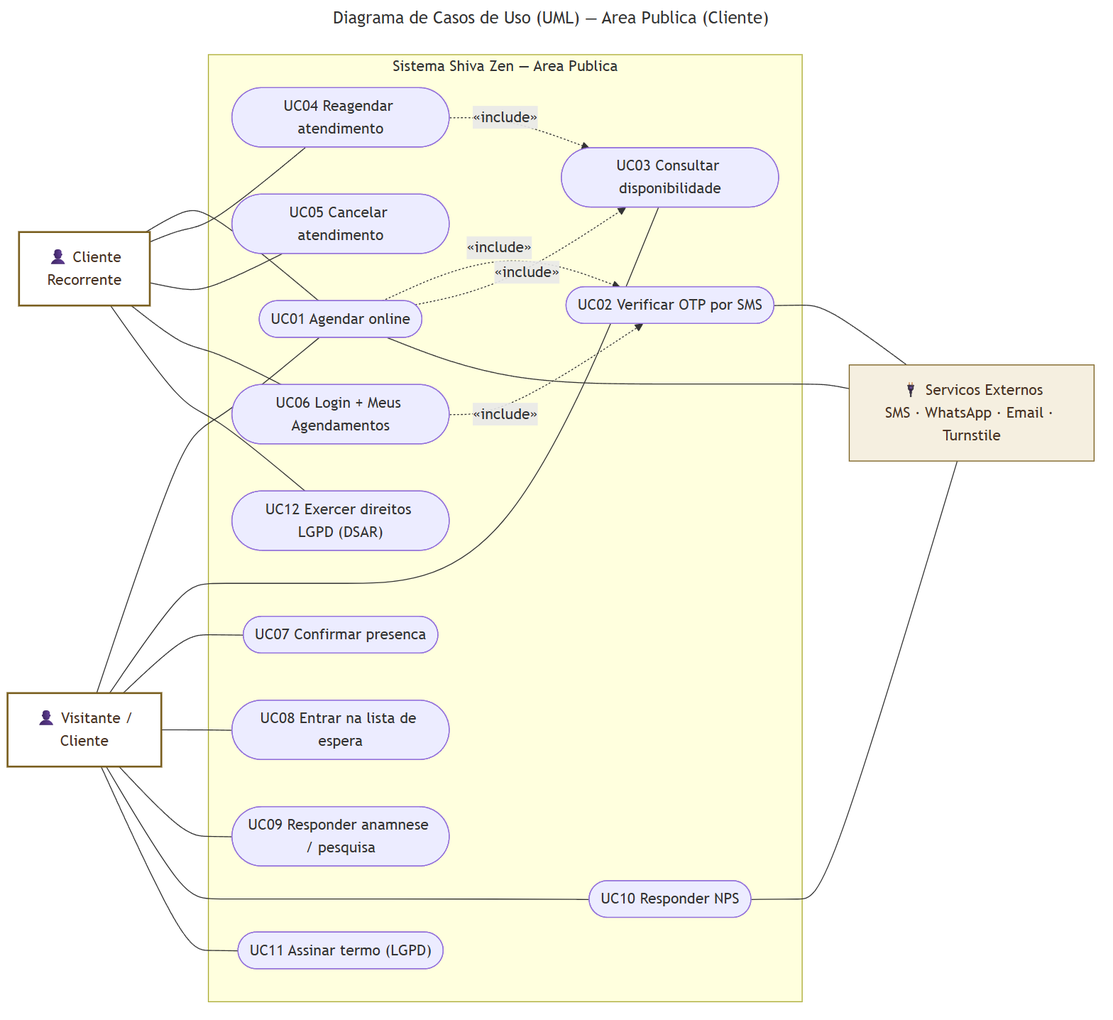
Above: docs/diagramas/01-casos-uso-publico.png in RafaelSMaciel/jaqueline-aranha-estetica (Mermaid), before the change. Its source is kept beside it as docs/diagramas/01-casos-uso-publico.mmd. Source of this version:
```mermaid
---
title: Diagrama de Casos de Uso (UML) — Area Publica (Cliente)
---
flowchart LR
    A1["👤 Visitante /<br/>Cliente"]:::ator
    A2["👤 Cliente<br/>Recorrente"]:::ator
    A3["🔌 Servicos Externos<br/>SMS · WhatsApp · Email · Turnstile"]:::ext

    subgraph S["Sistema Shiva Zen — Area Publica"]
        direction TB
        UC01(["UC01 Agendar online"])
        UC02(["UC02 Verificar OTP por SMS"])
        UC03(["UC03 Consultar disponibilidade"])
        UC04(["UC04 Reagendar atendimento"])
        UC05(["UC05 Cancelar atendimento"])
        UC06(["UC06 Login + Meus Agendamentos"])
        UC07(["UC07 Confirmar presenca"])
        UC08(["UC08 Entrar na lista de espera"])
        UC09(["UC09 Responder anamnese / pesquisa"])
        UC10(["UC10 Responder NPS"])
        UC11(["UC11 Assinar termo (LGPD)"])
        UC12(["UC12 Exercer direitos LGPD (DSAR)"])
    end

    A1 --- UC01
    A1 --- UC03
    A1 --- UC07
    A1 --- UC08
    A1 --- UC09
    A1 --- UC10
    A1 --- UC11
    A2 --- UC01
    A2 --- UC04
    A2 --- UC05
    A2 --- UC06
    A2 --- UC12

    UC01 -.->|«include»| UC02
    UC01 -.->|«include»| UC03
    UC04 -.->|«include»| UC03
    UC06 -.->|«include»| UC02

    UC02 --- A3
    UC10 --- A3
    UC01 --- A3

    classDef ator fill:#ffffff,stroke:#7a5f1f,stroke-width:2px,color:#4A3425
    classDef ext fill:#f5efe0,stroke:#7a5f1f,stroke-width:1px,color:#4A3425
```
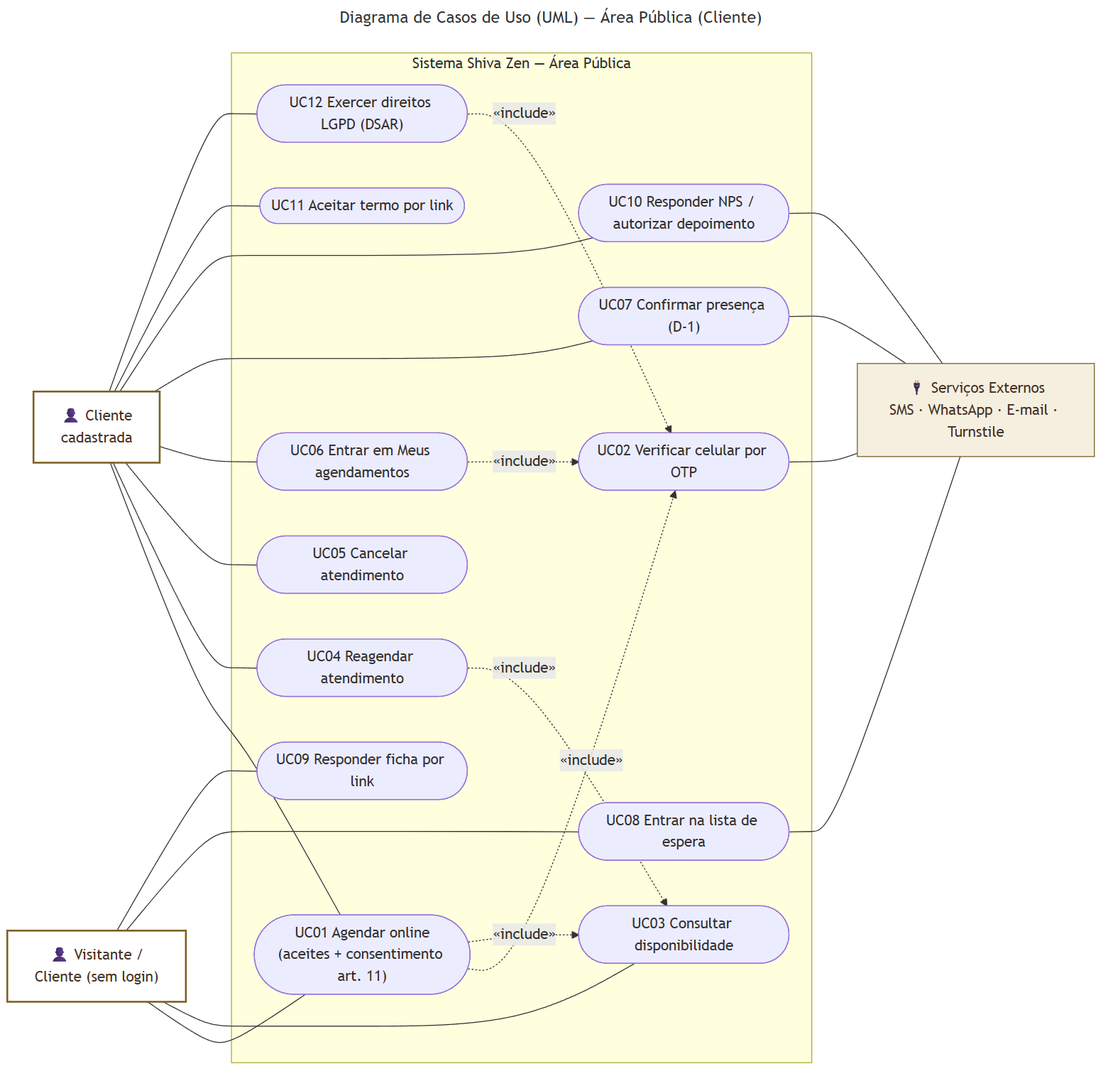
Above is the later version.

The edit, as a diff of the source:
```diff
@@ -1,48 +1,50 @@
 ---
-title: Diagrama de Casos de Uso (UML) — Area Publica (Cliente)
+title: Diagrama de Casos de Uso (UML) — Área Pública (Cliente)
 ---
 flowchart LR
-    A1["👤 Visitante /<br/>Cliente"]:::ator
-    A2["👤 Cliente<br/>Recorrente"]:::ator
-    A3["🔌 Servicos Externos<br/>SMS · WhatsApp · Email · Turnstile"]:::ext
+    A1["👤 Visitante /<br/>Cliente (sem login)"]:::ator
+    A2["👤 Cliente<br/>cadastrada"]:::ator
+    A3["🔌 Serviços Externos<br/>SMS · WhatsApp · E-mail · Turnstile"]:::ext
 
-    subgraph S["Sistema Shiva Zen — Area Publica"]
+    subgraph S["Sistema Shiva Zen — Área Pública"]
         direction TB
-        UC01(["UC01 Agendar online"])
-        UC02(["UC02 Verificar OTP por SMS"])
+        UC01(["UC01 Agendar online<br/>(aceites + consentimento art. 11)"])
+        UC02(["UC02 Verificar celular por OTP"])
         UC03(["UC03 Consultar disponibilidade"])
         UC04(["UC04 Reagendar atendimento"])
         UC05(["UC05 Cancelar atendimento"])
-        UC06(["UC06 Login + Meus Agendamentos"])
-        UC07(["UC07 Confirmar presenca"])
+        UC06(["UC06 Entrar em Meus agendamentos"])
+        UC07(["UC07 Confirmar presença (D-1)"])
         UC08(["UC08 Entrar na lista de espera"])
-        UC09(["UC09 Responder anamnese / pesquisa"])
-        UC10(["UC10 Responder NPS"])
-        UC11(["UC11 Assinar termo (LGPD)"])
+        UC09(["UC09 Responder ficha por link"])
+        UC10(["UC10 Responder NPS / autorizar depoimento"])
+        UC11(["UC11 Aceitar termo por link"])
         UC12(["UC12 Exercer direitos LGPD (DSAR)"])
     end
 
     A1 --- UC01
     A1 --- UC03
-    A1 --- UC07
     A1 --- UC08
     A1 --- UC09
-    A1 --- UC10
-    A1 --- UC11
     A2 --- UC01
     A2 --- UC04
     A2 --- UC05
     A2 --- UC06
+    A2 --- UC07
+    A2 --- UC10
+    A2 --- UC11
     A2 --- UC12
 
     UC01 -.->|«include»| UC02
     UC01 -.->|«include»| UC03
     UC04 -.->|«include»| UC03
     UC06 -.->|«include»| UC02
+    UC12 -.->|«include»| UC02
 
     UC02 --- A3
+    UC07 --- A3
+    UC08 --- A3
     UC10 --- A3
-    UC01 --- A3
 
     classDef ator fill:#ffffff,stroke:#7a5f1f,stroke-width:2px,color:#4A3425
     classDef ext fill:#f5efe0,stroke:#7a5f1f,stroke-width:1px,color:#4A3425
```
